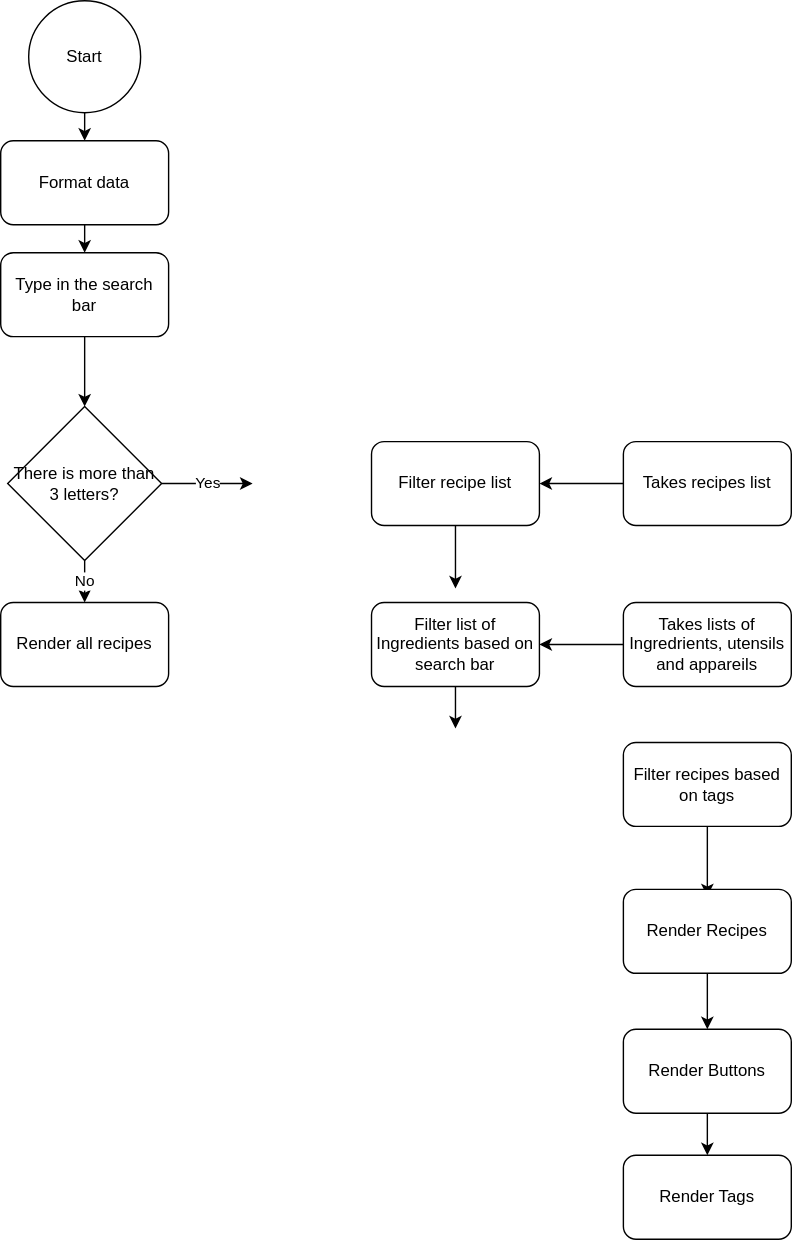
Earlier version of the draw.io export diagramme.drawio.svg (pvianap/P11-front-end-search-engine). Source tidied: cells renumbered, new cells last; positions are measured from the earlier drawing's top-left corner, leaving out a move shared by most shapes.
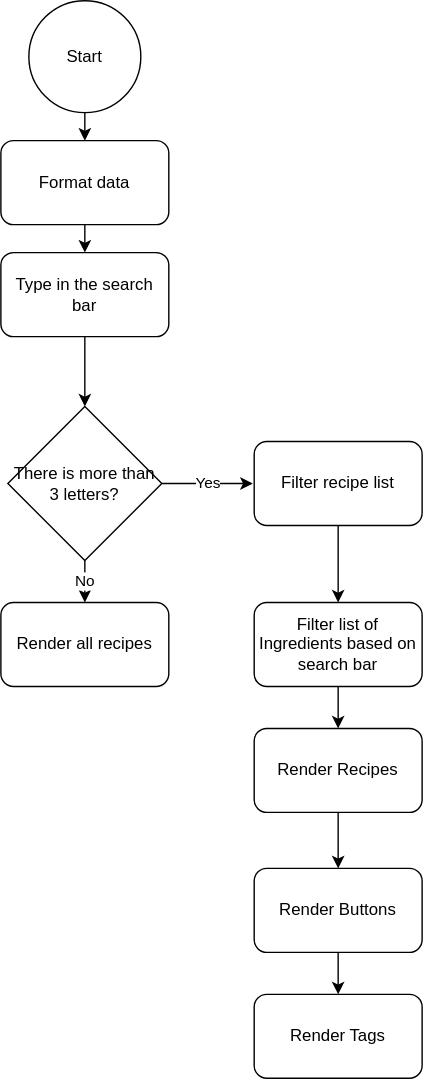
After the change.

What changed in the source:
```diff
@@ -25,56 +25,32 @@
     <mxCell id="8" value="There is more than 3 letters?" style="rhombus;whiteSpace=wrap;html=1;" parent="1" vertex="1">
       <mxGeometry x="5" y="290" width="110" height="110" as="geometry" />
     </mxCell>
-    <mxCell id="9" style="edgeStyle=none;html=1;exitX=0;exitY=0.5;exitDx=0;exitDy=0;entryX=1;entryY=0.5;entryDx=0;entryDy=0;" parent="1" edge="1" source="10" target="12">
-      <mxGeometry relative="1" as="geometry" />
-    </mxCell>
-    <mxCell id="10" value="Takes recipes list" style="rounded=1;whiteSpace=wrap;html=1;" parent="1" vertex="1">
-      <mxGeometry x="445" y="315" width="120" height="60" as="geometry" />
-    </mxCell>
-    <mxCell id="11" style="edgeStyle=none;html=1;exitX=0.5;exitY=1;exitDx=0;exitDy=0;" parent="1" edge="1" source="12">
-      <mxGeometry relative="1" as="geometry">
-        <mxPoint x="325" y="420" as="targetPoint" />
-      </mxGeometry>
+    <mxCell id="11" style="edgeStyle=none;html=1;exitX=0.5;exitY=1;exitDx=0;exitDy=0;entryX=0.5;entryY=0;entryDx=0;entryDy=0;" parent="1" edge="1" source="12" target="14">
+      <mxGeometry relative="1" as="geometry" />
     </mxCell>
     <mxCell id="12" value="Filter recipe list" style="rounded=1;whiteSpace=wrap;html=1;" parent="1" vertex="1">
-      <mxGeometry x="265" y="315" width="120" height="60" as="geometry" />
+      <mxGeometry x="181" y="315" width="120" height="60" as="geometry" />
     </mxCell>
-    <mxCell id="13" style="edgeStyle=orthogonalEdgeStyle;html=1;exitX=0.5;exitY=1;exitDx=0;exitDy=0;" parent="1" edge="1" source="14">
-      <mxGeometry relative="1" as="geometry">
-        <mxPoint x="325" y="520" as="targetPoint" />
-      </mxGeometry>
-    </mxCell>
+    <mxCell id="27" style="edgeStyle=none;html=1;exitX=0.5;exitY=1;exitDx=0;exitDy=0;entryX=0.5;entryY=0;entryDx=0;entryDy=0;" parent="1" edge="1" source="14" target="20">
+      <mxGeometry relative="1" as="geometry" />
+    </mxCell>
     <mxCell id="14" value="Filter list of Ingredients based on search bar" style="rounded=1;whiteSpace=wrap;html=1;" parent="1" vertex="1">
-      <mxGeometry x="265" y="430" width="120" height="60" as="geometry" />
+      <mxGeometry x="181" y="430" width="120" height="60" as="geometry" />
     </mxCell>
-    <mxCell id="15" style="edgeStyle=orthogonalEdgeStyle;html=1;exitX=0;exitY=0.5;exitDx=0;exitDy=0;entryX=1;entryY=0.5;entryDx=0;entryDy=0;" parent="1" edge="1" source="16" target="14">
-      <mxGeometry relative="1" as="geometry" />
-    </mxCell>
-    <mxCell id="16" value="Takes lists of Ingredrients, utensils and appareils" style="rounded=1;whiteSpace=wrap;html=1;" parent="1" vertex="1">
-      <mxGeometry x="445" y="430" width="120" height="60" as="geometry" />
-    </mxCell>
-    <mxCell id="17" style="edgeStyle=orthogonalEdgeStyle;html=1;exitX=0.5;exitY=1;exitDx=0;exitDy=0;" parent="1" edge="1" source="18">
-      <mxGeometry relative="1" as="geometry">
-        <mxPoint x="505" y="640" as="targetPoint" />
-      </mxGeometry>
-    </mxCell>
-    <mxCell id="18" value="Filter recipes based on tags" style="rounded=1;whiteSpace=wrap;html=1;" parent="1" vertex="1">
-      <mxGeometry x="445" y="530" width="120" height="60" as="geometry" />
-    </mxCell>
     <mxCell id="19" style="edgeStyle=orthogonalEdgeStyle;rounded=1;html=1;exitX=0.5;exitY=1;exitDx=0;exitDy=0;entryX=0.5;entryY=0;entryDx=0;entryDy=0;" parent="1" edge="1" source="20" target="22">
       <mxGeometry relative="1" as="geometry" />
     </mxCell>
     <mxCell id="20" value="Render Recipes" style="rounded=1;whiteSpace=wrap;html=1;" parent="1" vertex="1">
-      <mxGeometry x="445" y="635" width="120" height="60" as="geometry" />
+      <mxGeometry x="181" y="520" width="120" height="60" as="geometry" />
     </mxCell>
     <mxCell id="21" style="edgeStyle=orthogonalEdgeStyle;rounded=1;html=1;exitX=0.5;exitY=1;exitDx=0;exitDy=0;entryX=0.5;entryY=0;entryDx=0;entryDy=0;" parent="1" edge="1" source="22" target="23">
       <mxGeometry relative="1" as="geometry" />
     </mxCell>
     <mxCell id="22" value="Render Buttons" style="rounded=1;whiteSpace=wrap;html=1;" parent="1" vertex="1">
-      <mxGeometry x="445" y="735" width="120" height="60" as="geometry" />
+      <mxGeometry x="181" y="620" width="120" height="60" as="geometry" />
     </mxCell>
     <mxCell id="23" value="Render Tags" style="rounded=1;whiteSpace=wrap;html=1;" parent="1" vertex="1">
-      <mxGeometry x="445" y="825" width="120" height="60" as="geometry" />
+      <mxGeometry x="181" y="710" width="120" height="60" as="geometry" />
     </mxCell>
     <mxCell id="24" value="Render all recipes" style="rounded=1;whiteSpace=wrap;html=1;" parent="1" vertex="1">
       <mxGeometry y="430" width="120" height="60" as="geometry" />
```
